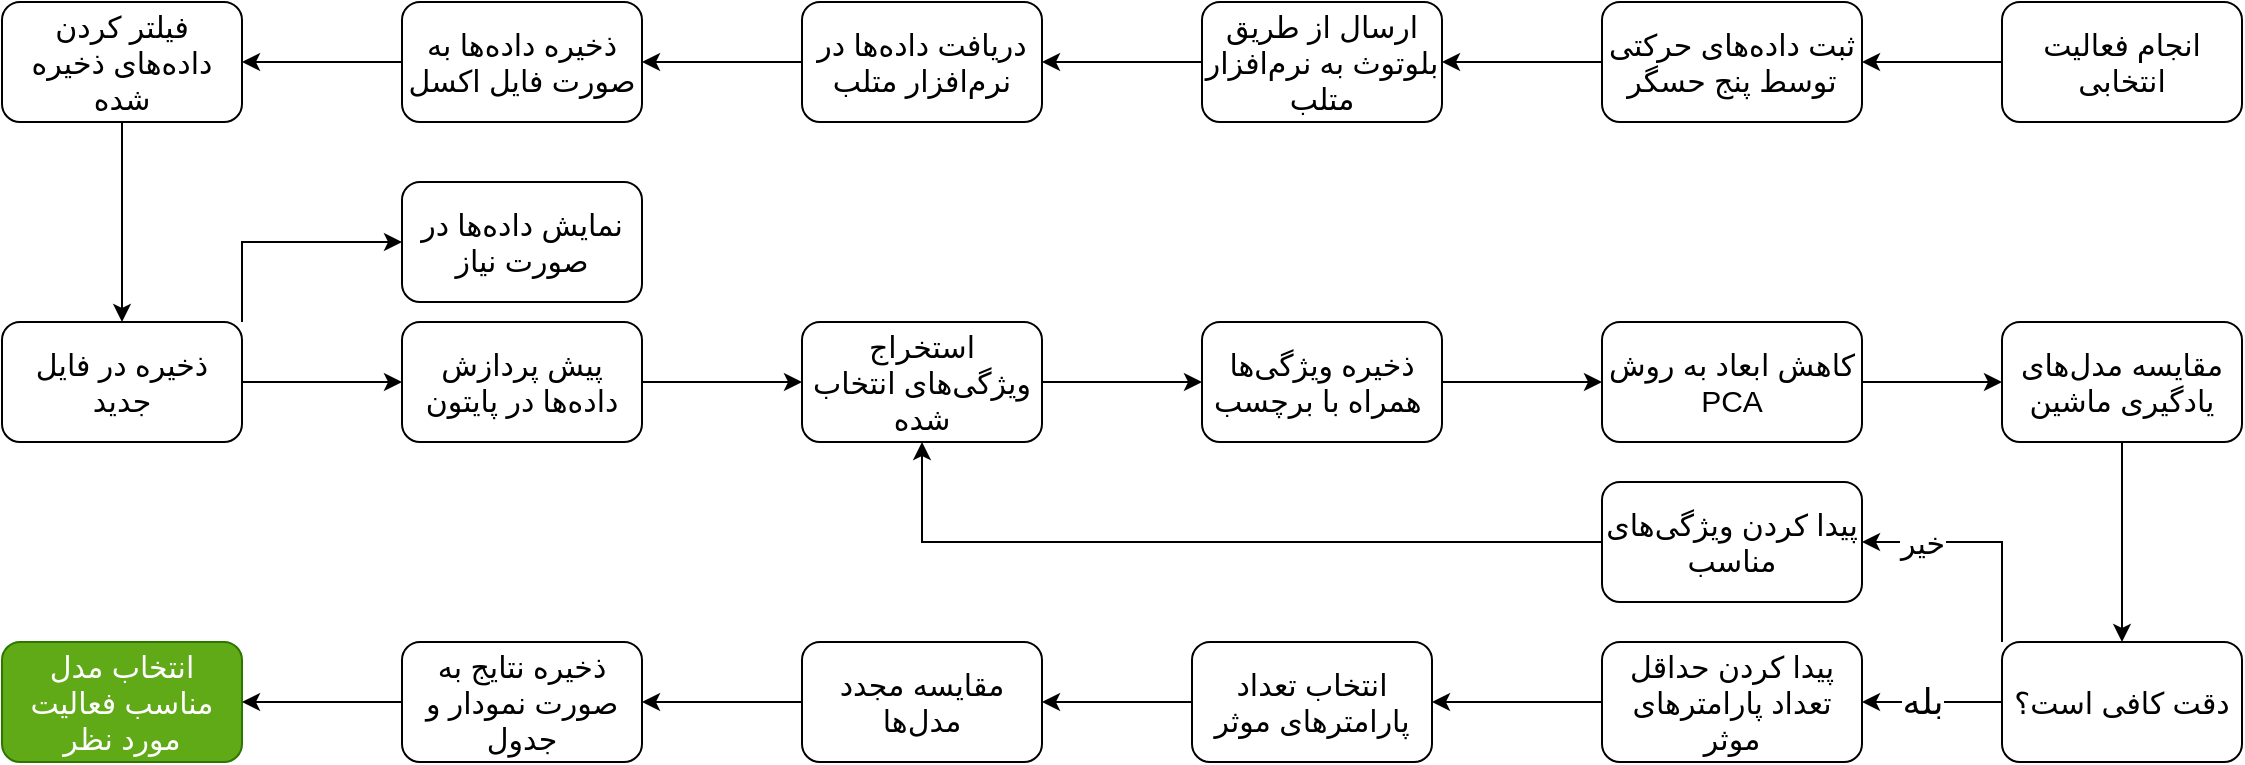
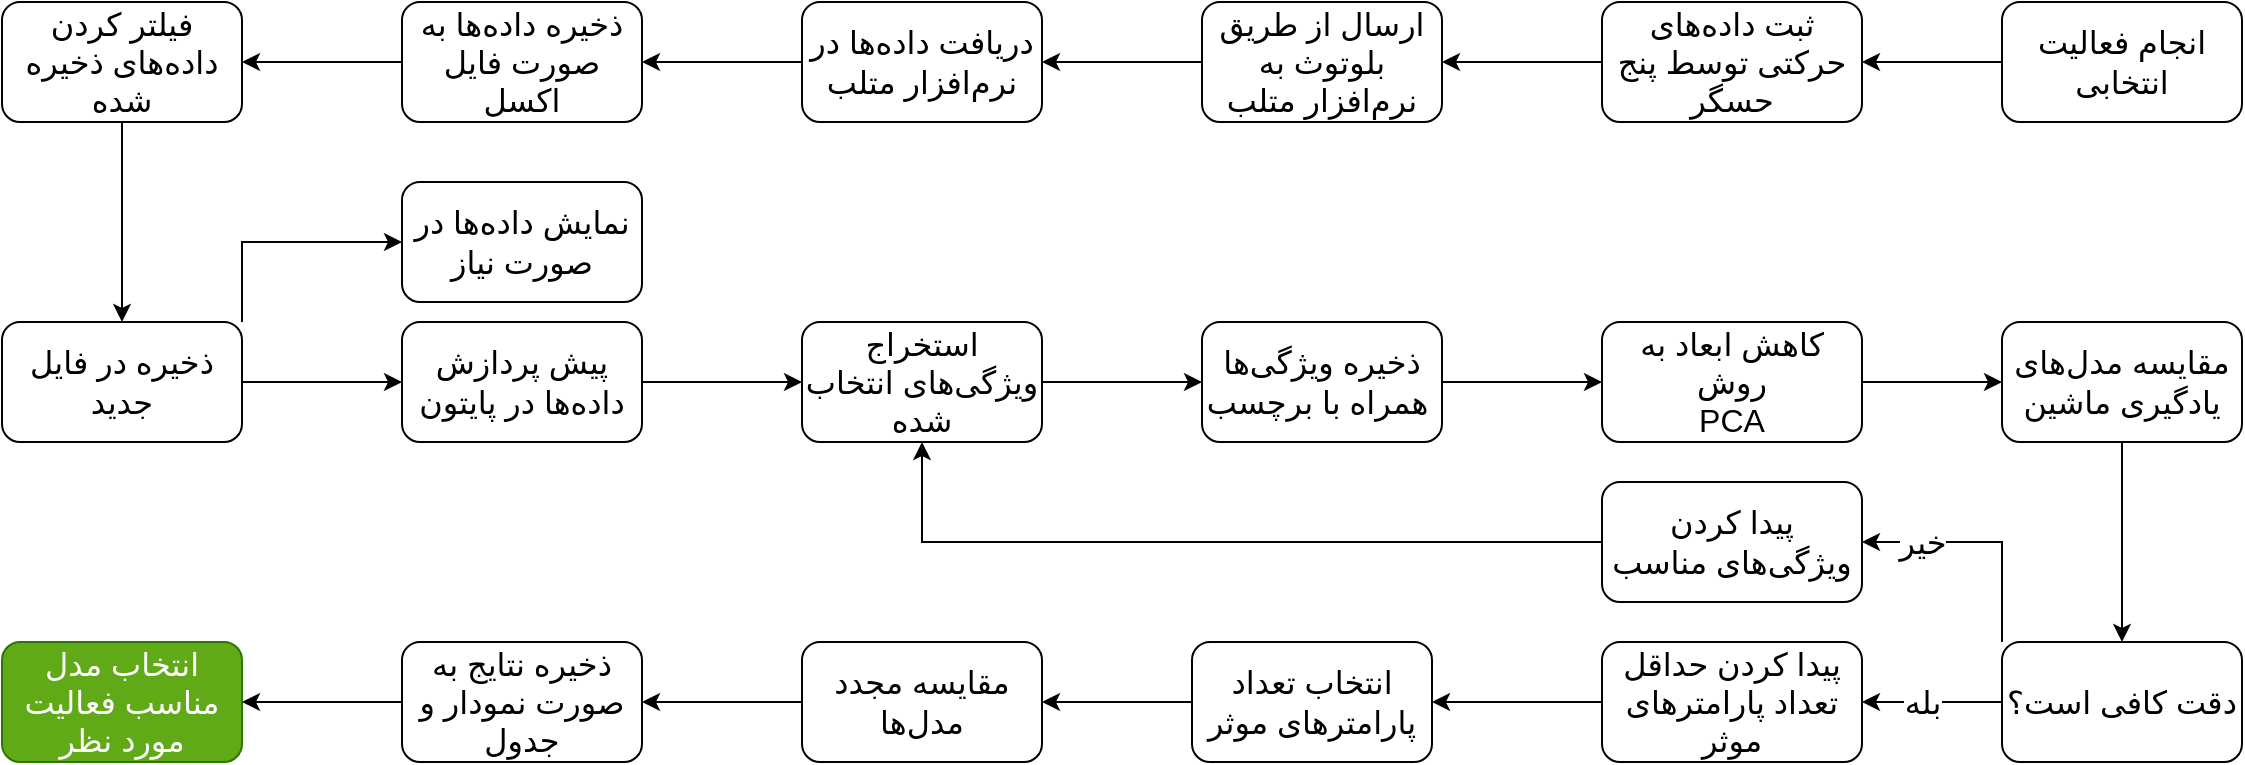
<mxfile host="Electron">
  <diagram id="7Gs_DfStQSDdEMOHskya" name="Page-1">
    <mxGraphModel dx="1134" dy="888" grid="1" gridSize="10" guides="1" tooltips="1" connect="1" arrows="1" fold="1" page="1" pageScale="1" pageWidth="1181" pageHeight="512" math="0" shadow="0">
      <root>
        <mxCell id="0" />
        <mxCell id="1" parent="0" />
-         <mxCell id="tKZxA21WhAfYIQJh8kY5-1" edge="1" parent="1" source="tKZxA21WhAfYIQJh8kY5-2" style="edgeStyle=orthogonalEdgeStyle;rounded=0;orthogonalLoop=1;jettySize=auto;html=1;fontSize=15;" target="tKZxA21WhAfYIQJh8kY5-5" value="">
+         <mxCell id="tKZxA21WhAfYIQJh8kY5-1" edge="1" parent="1" source="tKZxA21WhAfYIQJh8kY5-2" style="edgeStyle=orthogonalEdgeStyle;rounded=0;orthogonalLoop=1;jettySize=auto;html=1;fontSize=16;" target="tKZxA21WhAfYIQJh8kY5-5" value="">
          <mxGeometry relative="1" as="geometry" />
        </mxCell>
-         <mxCell id="tKZxA21WhAfYIQJh8kY5-2" parent="1" style="rounded=1;whiteSpace=wrap;html=1;fontSize=15;" value="انجام فعالیت انتخابی" vertex="1">
+         <mxCell id="tKZxA21WhAfYIQJh8kY5-2" parent="1" style="rounded=1;whiteSpace=wrap;html=1;fontSize=16;" value="انجام فعالیت انتخابی" vertex="1">
          <mxGeometry height="60" width="120" x="1040" y="60" as="geometry" />
        </mxCell>
-         <mxCell id="tKZxA21WhAfYIQJh8kY5-4" edge="1" parent="1" source="tKZxA21WhAfYIQJh8kY5-5" style="edgeStyle=orthogonalEdgeStyle;rounded=0;orthogonalLoop=1;jettySize=auto;html=1;fontSize=15;" target="tKZxA21WhAfYIQJh8kY5-14" value="">
+         <mxCell id="tKZxA21WhAfYIQJh8kY5-4" edge="1" parent="1" source="tKZxA21WhAfYIQJh8kY5-5" style="edgeStyle=orthogonalEdgeStyle;rounded=0;orthogonalLoop=1;jettySize=auto;html=1;fontSize=16;" target="tKZxA21WhAfYIQJh8kY5-14" value="">
          <mxGeometry relative="1" as="geometry" />
        </mxCell>
-         <mxCell id="tKZxA21WhAfYIQJh8kY5-5" parent="1" style="whiteSpace=wrap;html=1;rounded=1;fontSize=15;" value="ثبت داده‌های حرکتی توسط پنج حسگر" vertex="1">
+         <mxCell id="tKZxA21WhAfYIQJh8kY5-5" parent="1" style="whiteSpace=wrap;html=1;rounded=1;fontSize=16;" value="ثبت داده‌های حرکتی توسط پنج حسگر" vertex="1">
          <mxGeometry height="60" width="130" x="840" y="60" as="geometry" />
        </mxCell>
-         <mxCell id="tKZxA21WhAfYIQJh8kY5-11" edge="1" parent="1" source="tKZxA21WhAfYIQJh8kY5-14" style="edgeStyle=orthogonalEdgeStyle;rounded=0;orthogonalLoop=1;jettySize=auto;html=1;fontSize=15;" target="tKZxA21WhAfYIQJh8kY5-16" value="">
+         <mxCell id="tKZxA21WhAfYIQJh8kY5-11" edge="1" parent="1" source="tKZxA21WhAfYIQJh8kY5-14" style="edgeStyle=orthogonalEdgeStyle;rounded=0;orthogonalLoop=1;jettySize=auto;html=1;fontSize=16;" target="tKZxA21WhAfYIQJh8kY5-16" value="">
          <mxGeometry relative="1" as="geometry" />
        </mxCell>
-         <mxCell id="tKZxA21WhAfYIQJh8kY5-14" parent="1" style="whiteSpace=wrap;html=1;rounded=1;fontSize=15;" value="ارسال از طریق بلوتوث به نرم‌افزار متلب" vertex="1">
+         <mxCell id="tKZxA21WhAfYIQJh8kY5-14" parent="1" style="whiteSpace=wrap;html=1;rounded=1;fontSize=16;" value="ارسال از طریق بلوتوث به نرم‌افزار متلب" vertex="1">
          <mxGeometry height="60" width="120" x="640" y="60" as="geometry" />
        </mxCell>
-         <mxCell id="tKZxA21WhAfYIQJh8kY5-26" edge="1" parent="1" source="tKZxA21WhAfYIQJh8kY5-16" style="edgeStyle=orthogonalEdgeStyle;rounded=0;orthogonalLoop=1;jettySize=auto;html=1;" target="tKZxA21WhAfYIQJh8kY5-25" value="">
+         <mxCell id="tKZxA21WhAfYIQJh8kY5-26" edge="1" parent="1" source="tKZxA21WhAfYIQJh8kY5-16" style="edgeStyle=orthogonalEdgeStyle;rounded=0;orthogonalLoop=1;jettySize=auto;html=1;fontSize=16;" target="tKZxA21WhAfYIQJh8kY5-25" value="">
          <mxGeometry relative="1" as="geometry" />
        </mxCell>
-         <mxCell id="tKZxA21WhAfYIQJh8kY5-16" parent="1" style="whiteSpace=wrap;html=1;rounded=1;fontSize=15;" value="دریافت داده‌ها در نرم‌افزار متلب" vertex="1">
+         <mxCell id="tKZxA21WhAfYIQJh8kY5-16" parent="1" style="whiteSpace=wrap;html=1;rounded=1;fontSize=16;" value="دریافت داده‌ها در نرم‌افزار متلب" vertex="1">
          <mxGeometry height="60" width="120" x="440" y="60" as="geometry" />
        </mxCell>
-         <mxCell id="tKZxA21WhAfYIQJh8kY5-28" edge="1" parent="1" source="tKZxA21WhAfYIQJh8kY5-25" style="edgeStyle=orthogonalEdgeStyle;rounded=0;orthogonalLoop=1;jettySize=auto;html=1;" target="tKZxA21WhAfYIQJh8kY5-27" value="">
+         <mxCell id="tKZxA21WhAfYIQJh8kY5-28" edge="1" parent="1" source="tKZxA21WhAfYIQJh8kY5-25" style="edgeStyle=orthogonalEdgeStyle;rounded=0;orthogonalLoop=1;jettySize=auto;html=1;fontSize=16;" target="tKZxA21WhAfYIQJh8kY5-27" value="">
          <mxGeometry relative="1" as="geometry" />
        </mxCell>
-         <mxCell id="tKZxA21WhAfYIQJh8kY5-25" parent="1" style="whiteSpace=wrap;html=1;fontSize=15;rounded=1;" value="ذخیره داده‌ها به صورت فایل اکسل" vertex="1">
+         <mxCell id="tKZxA21WhAfYIQJh8kY5-25" parent="1" style="whiteSpace=wrap;html=1;fontSize=16;rounded=1;" value="ذخیره داده‌ها به صورت فایل اکسل" vertex="1">
          <mxGeometry height="60" width="120" x="240" y="60" as="geometry" />
        </mxCell>
-         <mxCell id="tKZxA21WhAfYIQJh8kY5-30" edge="1" parent="1" source="tKZxA21WhAfYIQJh8kY5-27" style="edgeStyle=orthogonalEdgeStyle;rounded=0;orthogonalLoop=1;jettySize=auto;html=1;" target="tKZxA21WhAfYIQJh8kY5-29" value="">
+         <mxCell id="tKZxA21WhAfYIQJh8kY5-30" edge="1" parent="1" source="tKZxA21WhAfYIQJh8kY5-27" style="edgeStyle=orthogonalEdgeStyle;rounded=0;orthogonalLoop=1;jettySize=auto;html=1;fontSize=16;" target="tKZxA21WhAfYIQJh8kY5-29" value="">
          <mxGeometry relative="1" as="geometry" />
        </mxCell>
-         <mxCell id="tKZxA21WhAfYIQJh8kY5-27" parent="1" style="whiteSpace=wrap;html=1;fontSize=15;rounded=1;" value="فیلتر کردن داده‌های ذخیره شده" vertex="1">
+         <mxCell id="tKZxA21WhAfYIQJh8kY5-27" parent="1" style="whiteSpace=wrap;html=1;fontSize=16;rounded=1;" value="فیلتر کردن داده‌های ذخیره شده" vertex="1">
          <mxGeometry height="60" width="120" x="40" y="60" as="geometry" />
        </mxCell>
-         <mxCell id="tKZxA21WhAfYIQJh8kY5-32" edge="1" parent="1" source="tKZxA21WhAfYIQJh8kY5-29" style="edgeStyle=orthogonalEdgeStyle;rounded=0;orthogonalLoop=1;jettySize=auto;html=1;" target="tKZxA21WhAfYIQJh8kY5-31" value="">
+         <mxCell id="tKZxA21WhAfYIQJh8kY5-32" edge="1" parent="1" source="tKZxA21WhAfYIQJh8kY5-29" style="edgeStyle=orthogonalEdgeStyle;rounded=0;orthogonalLoop=1;jettySize=auto;html=1;fontSize=16;" target="tKZxA21WhAfYIQJh8kY5-31" value="">
          <mxGeometry relative="1" as="geometry" />
        </mxCell>
-         <mxCell id="tKZxA21WhAfYIQJh8kY5-39" edge="1" parent="1" source="tKZxA21WhAfYIQJh8kY5-29" style="edgeStyle=orthogonalEdgeStyle;rounded=0;orthogonalLoop=1;jettySize=auto;html=1;exitX=1;exitY=0;exitDx=0;exitDy=0;entryX=0;entryY=0.5;entryDx=0;entryDy=0;" target="tKZxA21WhAfYIQJh8kY5-38">
+         <mxCell id="tKZxA21WhAfYIQJh8kY5-39" edge="1" parent="1" source="tKZxA21WhAfYIQJh8kY5-29" style="edgeStyle=orthogonalEdgeStyle;rounded=0;orthogonalLoop=1;jettySize=auto;html=1;exitX=1;exitY=0;exitDx=0;exitDy=0;entryX=0;entryY=0.5;entryDx=0;entryDy=0;fontSize=16;" target="tKZxA21WhAfYIQJh8kY5-38">
          <mxGeometry relative="1" as="geometry" />
        </mxCell>
-         <mxCell id="tKZxA21WhAfYIQJh8kY5-29" parent="1" style="whiteSpace=wrap;html=1;fontSize=15;rounded=1;" value="ذخیره در فایل جدید" vertex="1">
+         <mxCell id="tKZxA21WhAfYIQJh8kY5-29" parent="1" style="whiteSpace=wrap;html=1;fontSize=16;rounded=1;" value="ذخیره در فایل جدید" vertex="1">
          <mxGeometry height="60" width="120" x="40" y="220" as="geometry" />
        </mxCell>
-         <mxCell id="tKZxA21WhAfYIQJh8kY5-34" edge="1" parent="1" source="tKZxA21WhAfYIQJh8kY5-31" style="edgeStyle=orthogonalEdgeStyle;rounded=0;orthogonalLoop=1;jettySize=auto;html=1;" target="tKZxA21WhAfYIQJh8kY5-33" value="">
+         <mxCell id="tKZxA21WhAfYIQJh8kY5-34" edge="1" parent="1" source="tKZxA21WhAfYIQJh8kY5-31" style="edgeStyle=orthogonalEdgeStyle;rounded=0;orthogonalLoop=1;jettySize=auto;html=1;fontSize=16;" target="tKZxA21WhAfYIQJh8kY5-33" value="">
          <mxGeometry relative="1" as="geometry" />
        </mxCell>
-         <mxCell id="tKZxA21WhAfYIQJh8kY5-31" parent="1" style="whiteSpace=wrap;html=1;fontSize=15;rounded=1;" value="پیش پردازش داده‌ها در پایتون" vertex="1">
+         <mxCell id="tKZxA21WhAfYIQJh8kY5-31" parent="1" style="whiteSpace=wrap;html=1;fontSize=16;rounded=1;" value="پیش پردازش داده‌ها در پایتون" vertex="1">
          <mxGeometry height="60" width="120" x="240" y="220" as="geometry" />
        </mxCell>
-         <mxCell id="tKZxA21WhAfYIQJh8kY5-41" edge="1" parent="1" source="tKZxA21WhAfYIQJh8kY5-33" style="edgeStyle=orthogonalEdgeStyle;rounded=0;orthogonalLoop=1;jettySize=auto;html=1;" target="tKZxA21WhAfYIQJh8kY5-40" value="">
+         <mxCell id="tKZxA21WhAfYIQJh8kY5-41" edge="1" parent="1" source="tKZxA21WhAfYIQJh8kY5-33" style="edgeStyle=orthogonalEdgeStyle;rounded=0;orthogonalLoop=1;jettySize=auto;html=1;fontSize=16;" target="tKZxA21WhAfYIQJh8kY5-40" value="">
          <mxGeometry relative="1" as="geometry" />
        </mxCell>
-         <mxCell id="tKZxA21WhAfYIQJh8kY5-33" parent="1" style="whiteSpace=wrap;html=1;fontSize=15;rounded=1;" value="استخراج ویژگی‌های انتخاب شده" vertex="1">
+         <mxCell id="tKZxA21WhAfYIQJh8kY5-33" parent="1" style="whiteSpace=wrap;html=1;fontSize=16;rounded=1;" value="استخراج ویژگی‌های انتخاب شده" vertex="1">
          <mxGeometry height="60" width="120" x="440" y="220" as="geometry" />
        </mxCell>
-         <mxCell id="tKZxA21WhAfYIQJh8kY5-38" parent="1" style="whiteSpace=wrap;html=1;fontSize=15;rounded=1;" value="نمایش داده‌ها در صورت نیاز" vertex="1">
+         <mxCell id="tKZxA21WhAfYIQJh8kY5-38" parent="1" style="whiteSpace=wrap;html=1;fontSize=16;rounded=1;" value="نمایش داده‌ها در صورت نیاز" vertex="1">
          <mxGeometry height="60" width="120" x="240" y="150" as="geometry" />
        </mxCell>
-         <mxCell id="tKZxA21WhAfYIQJh8kY5-43" edge="1" parent="1" source="tKZxA21WhAfYIQJh8kY5-40" style="edgeStyle=orthogonalEdgeStyle;rounded=0;orthogonalLoop=1;jettySize=auto;html=1;" target="tKZxA21WhAfYIQJh8kY5-42" value="">
+         <mxCell id="tKZxA21WhAfYIQJh8kY5-43" edge="1" parent="1" source="tKZxA21WhAfYIQJh8kY5-40" style="edgeStyle=orthogonalEdgeStyle;rounded=0;orthogonalLoop=1;jettySize=auto;html=1;fontSize=16;" target="tKZxA21WhAfYIQJh8kY5-42" value="">
          <mxGeometry relative="1" as="geometry" />
        </mxCell>
-         <mxCell id="tKZxA21WhAfYIQJh8kY5-40" parent="1" style="whiteSpace=wrap;html=1;fontSize=15;rounded=1;" value="ذخیره ویژگی‌ها همراه با برچسب&amp;nbsp;" vertex="1">
+         <mxCell id="tKZxA21WhAfYIQJh8kY5-40" parent="1" style="whiteSpace=wrap;html=1;fontSize=16;rounded=1;" value="ذخیره ویژگی‌ها همراه با برچسب&amp;nbsp;" vertex="1">
          <mxGeometry height="60" width="120" x="640" y="220" as="geometry" />
        </mxCell>
-         <mxCell id="tKZxA21WhAfYIQJh8kY5-45" edge="1" parent="1" source="tKZxA21WhAfYIQJh8kY5-42" style="edgeStyle=orthogonalEdgeStyle;rounded=0;orthogonalLoop=1;jettySize=auto;html=1;" target="tKZxA21WhAfYIQJh8kY5-44" value="">
+         <mxCell id="tKZxA21WhAfYIQJh8kY5-45" edge="1" parent="1" source="tKZxA21WhAfYIQJh8kY5-42" style="edgeStyle=orthogonalEdgeStyle;rounded=0;orthogonalLoop=1;jettySize=auto;html=1;fontSize=16;" target="tKZxA21WhAfYIQJh8kY5-44" value="">
          <mxGeometry relative="1" as="geometry" />
        </mxCell>
-         <mxCell id="tKZxA21WhAfYIQJh8kY5-42" parent="1" style="whiteSpace=wrap;html=1;fontSize=15;rounded=1;" value="کاهش ابعاد به روش&lt;div&gt;PCA&lt;/div&gt;" vertex="1">
+         <mxCell id="tKZxA21WhAfYIQJh8kY5-42" parent="1" style="whiteSpace=wrap;html=1;fontSize=16;rounded=1;" value="کاهش ابعاد به روش&lt;div&gt;PCA&lt;/div&gt;" vertex="1">
          <mxGeometry height="60" width="130" x="840" y="220" as="geometry" />
        </mxCell>
-         <mxCell id="tKZxA21WhAfYIQJh8kY5-47" edge="1" parent="1" source="tKZxA21WhAfYIQJh8kY5-44" style="edgeStyle=orthogonalEdgeStyle;rounded=0;orthogonalLoop=1;jettySize=auto;html=1;" target="tKZxA21WhAfYIQJh8kY5-46" value="">
+         <mxCell id="tKZxA21WhAfYIQJh8kY5-47" edge="1" parent="1" source="tKZxA21WhAfYIQJh8kY5-44" style="edgeStyle=orthogonalEdgeStyle;rounded=0;orthogonalLoop=1;jettySize=auto;html=1;fontSize=16;" target="tKZxA21WhAfYIQJh8kY5-46" value="">
          <mxGeometry relative="1" as="geometry" />
        </mxCell>
-         <mxCell id="tKZxA21WhAfYIQJh8kY5-44" parent="1" style="whiteSpace=wrap;html=1;fontSize=15;rounded=1;" value="مقایسه مدل‌های یادگیری ماشین" vertex="1">
+         <mxCell id="tKZxA21WhAfYIQJh8kY5-44" parent="1" style="whiteSpace=wrap;html=1;fontSize=16;rounded=1;" value="مقایسه مدل‌های یادگیری ماشین" vertex="1">
          <mxGeometry height="60" width="120" x="1040" y="220" as="geometry" />
        </mxCell>
-         <mxCell id="tKZxA21WhAfYIQJh8kY5-49" edge="1" parent="1" source="tKZxA21WhAfYIQJh8kY5-46" style="edgeStyle=orthogonalEdgeStyle;rounded=0;orthogonalLoop=1;jettySize=auto;html=1;" target="tKZxA21WhAfYIQJh8kY5-48" value="">
+         <mxCell id="tKZxA21WhAfYIQJh8kY5-49" edge="1" parent="1" source="tKZxA21WhAfYIQJh8kY5-46" style="edgeStyle=orthogonalEdgeStyle;rounded=0;orthogonalLoop=1;jettySize=auto;html=1;fontSize=16;" target="tKZxA21WhAfYIQJh8kY5-48" value="">
          <mxGeometry relative="1" as="geometry" />
        </mxCell>
-         <mxCell id="tKZxA21WhAfYIQJh8kY5-50" connectable="0" parent="tKZxA21WhAfYIQJh8kY5-49" style="edgeLabel;html=1;align=center;verticalAlign=middle;resizable=0;points=[];" value="&lt;font style=&quot;font-size: 18px;&quot;&gt;بله&lt;/font&gt;" vertex="1">
+         <mxCell id="tKZxA21WhAfYIQJh8kY5-50" connectable="0" parent="tKZxA21WhAfYIQJh8kY5-49" style="edgeLabel;html=1;align=center;verticalAlign=middle;resizable=0;points=[];fontSize=16;" value="&lt;font&gt;بله&lt;/font&gt;" vertex="1">
          <mxGeometry relative="1" x="-0.2286" as="geometry">
            <mxPoint x="-13" as="offset" />
          </mxGeometry>
        </mxCell>
-         <mxCell id="tKZxA21WhAfYIQJh8kY5-52" edge="1" parent="1" source="tKZxA21WhAfYIQJh8kY5-46" style="edgeStyle=orthogonalEdgeStyle;rounded=0;orthogonalLoop=1;jettySize=auto;html=1;exitX=0;exitY=0;exitDx=0;exitDy=0;entryX=1;entryY=0.5;entryDx=0;entryDy=0;" target="tKZxA21WhAfYIQJh8kY5-51">
+         <mxCell id="tKZxA21WhAfYIQJh8kY5-52" edge="1" parent="1" source="tKZxA21WhAfYIQJh8kY5-46" style="edgeStyle=orthogonalEdgeStyle;rounded=0;orthogonalLoop=1;jettySize=auto;html=1;exitX=0;exitY=0;exitDx=0;exitDy=0;entryX=1;entryY=0.5;entryDx=0;entryDy=0;fontSize=16;" target="tKZxA21WhAfYIQJh8kY5-51">
          <mxGeometry relative="1" as="geometry" />
        </mxCell>
-         <mxCell id="tKZxA21WhAfYIQJh8kY5-53" connectable="0" parent="tKZxA21WhAfYIQJh8kY5-52" style="edgeLabel;html=1;align=center;verticalAlign=middle;resizable=0;points=[];" value="&lt;font style=&quot;font-size: 15px;&quot;&gt;خیر&lt;/font&gt;" vertex="1">
+         <mxCell id="tKZxA21WhAfYIQJh8kY5-53" connectable="0" parent="tKZxA21WhAfYIQJh8kY5-52" style="edgeLabel;html=1;align=center;verticalAlign=middle;resizable=0;points=[];fontSize=16;" value="&lt;font&gt;خیر&lt;/font&gt;" vertex="1">
          <mxGeometry relative="1" x="0.1707" as="geometry">
            <mxPoint x="-20" as="offset" />
          </mxGeometry>
        </mxCell>
-         <mxCell id="tKZxA21WhAfYIQJh8kY5-46" parent="1" style="whiteSpace=wrap;html=1;fontSize=15;rounded=1;" value="دقت کافی است؟" vertex="1">
+         <mxCell id="tKZxA21WhAfYIQJh8kY5-46" parent="1" style="whiteSpace=wrap;html=1;fontSize=16;rounded=1;" value="دقت کافی است؟" vertex="1">
          <mxGeometry height="60" width="120" x="1040" y="380" as="geometry" />
        </mxCell>
-         <mxCell id="tKZxA21WhAfYIQJh8kY5-60" edge="1" parent="1" source="tKZxA21WhAfYIQJh8kY5-48" style="edgeStyle=orthogonalEdgeStyle;rounded=0;orthogonalLoop=1;jettySize=auto;html=1;" target="tKZxA21WhAfYIQJh8kY5-59" value="">
+         <mxCell id="tKZxA21WhAfYIQJh8kY5-60" edge="1" parent="1" source="tKZxA21WhAfYIQJh8kY5-48" style="edgeStyle=orthogonalEdgeStyle;rounded=0;orthogonalLoop=1;jettySize=auto;html=1;fontSize=16;" target="tKZxA21WhAfYIQJh8kY5-59" value="">
          <mxGeometry relative="1" as="geometry" />
        </mxCell>
-         <mxCell id="tKZxA21WhAfYIQJh8kY5-48" parent="1" style="whiteSpace=wrap;html=1;fontSize=15;rounded=1;" value="پیدا کردن حداقل تعداد پارامتر‌های موثر" vertex="1">
+         <mxCell id="tKZxA21WhAfYIQJh8kY5-48" parent="1" style="whiteSpace=wrap;html=1;fontSize=16;rounded=1;" value="پیدا کردن حداقل تعداد پارامتر‌های موثر" vertex="1">
          <mxGeometry height="60" width="130" x="840" y="380" as="geometry" />
        </mxCell>
-         <mxCell id="tKZxA21WhAfYIQJh8kY5-54" edge="1" parent="1" source="tKZxA21WhAfYIQJh8kY5-51" style="edgeStyle=orthogonalEdgeStyle;rounded=0;orthogonalLoop=1;jettySize=auto;html=1;entryX=0.5;entryY=1;entryDx=0;entryDy=0;" target="tKZxA21WhAfYIQJh8kY5-33">
+         <mxCell id="tKZxA21WhAfYIQJh8kY5-54" edge="1" parent="1" source="tKZxA21WhAfYIQJh8kY5-51" style="edgeStyle=orthogonalEdgeStyle;rounded=0;orthogonalLoop=1;jettySize=auto;html=1;entryX=0.5;entryY=1;entryDx=0;entryDy=0;fontSize=16;" target="tKZxA21WhAfYIQJh8kY5-33">
          <mxGeometry relative="1" as="geometry">
            <mxPoint x="490" y="289.9999999999999" as="targetPoint" />
          </mxGeometry>
        </mxCell>
-         <mxCell id="tKZxA21WhAfYIQJh8kY5-51" parent="1" style="whiteSpace=wrap;html=1;fontSize=15;rounded=1;" value="پیدا کردن ویژگی‌های مناسب" vertex="1">
+         <mxCell id="tKZxA21WhAfYIQJh8kY5-51" parent="1" style="whiteSpace=wrap;html=1;fontSize=16;rounded=1;" value="پیدا کردن ویژگی‌های مناسب" vertex="1">
          <mxGeometry height="60" width="130" x="840" y="300" as="geometry" />
        </mxCell>
-         <mxCell id="tKZxA21WhAfYIQJh8kY5-58" edge="1" parent="1" source="tKZxA21WhAfYIQJh8kY5-55" style="edgeStyle=orthogonalEdgeStyle;rounded=0;orthogonalLoop=1;jettySize=auto;html=1;entryX=1;entryY=0.5;entryDx=0;entryDy=0;" target="tKZxA21WhAfYIQJh8kY5-62" value="">
+         <mxCell id="tKZxA21WhAfYIQJh8kY5-58" edge="1" parent="1" source="tKZxA21WhAfYIQJh8kY5-55" style="edgeStyle=orthogonalEdgeStyle;rounded=0;orthogonalLoop=1;jettySize=auto;html=1;entryX=1;entryY=0.5;entryDx=0;entryDy=0;fontSize=16;" target="tKZxA21WhAfYIQJh8kY5-62" value="">
          <mxGeometry relative="1" as="geometry" />
        </mxCell>
-         <mxCell id="tKZxA21WhAfYIQJh8kY5-55" parent="1" style="whiteSpace=wrap;html=1;fontSize=15;rounded=1;" value="مقایسه مجدد مدل‌ها" vertex="1">
+         <mxCell id="tKZxA21WhAfYIQJh8kY5-55" parent="1" style="whiteSpace=wrap;html=1;fontSize=16;rounded=1;" value="مقایسه مجدد مدل‌ها" vertex="1">
          <mxGeometry height="60" width="120" x="440" y="380" as="geometry" />
        </mxCell>
-         <mxCell id="tKZxA21WhAfYIQJh8kY5-57" parent="1" style="whiteSpace=wrap;html=1;fontSize=15;rounded=1;fillColor=light-dark(#60A917,#99FF99);fontColor=#ffffff;strokeColor=#2D7600;" value="انتخاب مدل مناسب فعالیت مورد نظر" vertex="1">
+         <mxCell id="tKZxA21WhAfYIQJh8kY5-57" parent="1" style="whiteSpace=wrap;html=1;fontSize=16;rounded=1;fillColor=light-dark(#60A917,#99FF99);fontColor=#ffffff;strokeColor=#2D7600;" value="انتخاب مدل مناسب فعالیت مورد نظر" vertex="1">
          <mxGeometry height="60" width="120" x="40" y="380" as="geometry" />
        </mxCell>
-         <mxCell id="tKZxA21WhAfYIQJh8kY5-61" edge="1" parent="1" source="tKZxA21WhAfYIQJh8kY5-59" style="edgeStyle=orthogonalEdgeStyle;rounded=0;orthogonalLoop=1;jettySize=auto;html=1;" target="tKZxA21WhAfYIQJh8kY5-55" value="">
+         <mxCell id="tKZxA21WhAfYIQJh8kY5-61" edge="1" parent="1" source="tKZxA21WhAfYIQJh8kY5-59" style="edgeStyle=orthogonalEdgeStyle;rounded=0;orthogonalLoop=1;jettySize=auto;html=1;fontSize=16;" target="tKZxA21WhAfYIQJh8kY5-55" value="">
          <mxGeometry relative="1" as="geometry" />
        </mxCell>
-         <mxCell id="tKZxA21WhAfYIQJh8kY5-59" parent="1" style="whiteSpace=wrap;html=1;fontSize=15;rounded=1;" value="انتخاب تعداد پارامتر‌های موثر" vertex="1">
+         <mxCell id="tKZxA21WhAfYIQJh8kY5-59" parent="1" style="whiteSpace=wrap;html=1;fontSize=16;rounded=1;" value="انتخاب تعداد پارامتر‌های موثر" vertex="1">
          <mxGeometry height="60" width="120" x="635" y="380" as="geometry" />
        </mxCell>
-         <mxCell id="tKZxA21WhAfYIQJh8kY5-65" edge="1" parent="1" source="tKZxA21WhAfYIQJh8kY5-62" style="edgeStyle=orthogonalEdgeStyle;rounded=0;orthogonalLoop=1;jettySize=auto;html=1;" target="tKZxA21WhAfYIQJh8kY5-57" value="">
+         <mxCell id="tKZxA21WhAfYIQJh8kY5-65" edge="1" parent="1" source="tKZxA21WhAfYIQJh8kY5-62" style="edgeStyle=orthogonalEdgeStyle;rounded=0;orthogonalLoop=1;jettySize=auto;html=1;fontSize=16;" target="tKZxA21WhAfYIQJh8kY5-57" value="">
          <mxGeometry relative="1" as="geometry" />
        </mxCell>
-         <mxCell id="tKZxA21WhAfYIQJh8kY5-62" parent="1" style="whiteSpace=wrap;html=1;fontSize=15;rounded=1;" value="ذخیره نتایج به صورت نمودار و جدول" vertex="1">
+         <mxCell id="tKZxA21WhAfYIQJh8kY5-62" parent="1" style="whiteSpace=wrap;html=1;fontSize=16;rounded=1;" value="ذخیره نتایج به صورت نمودار و جدول" vertex="1">
          <mxGeometry height="60" width="120" x="240" y="380" as="geometry" />
        </mxCell>
      </root>
    </mxGraphModel>
  </diagram>
</mxfile>
